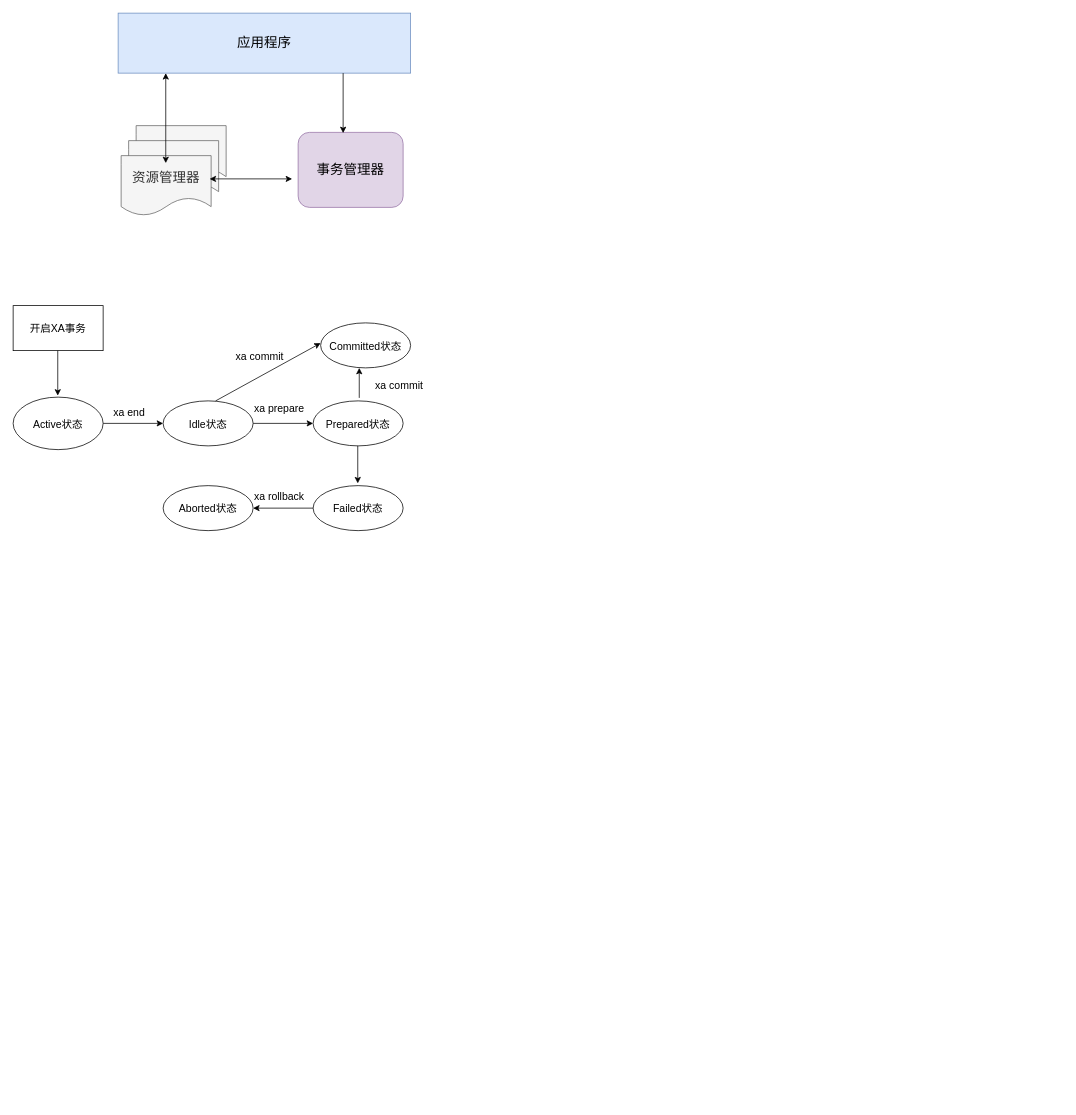
Above: mysqlxa.drawio in Tsuiwiki/learngit (draw.io), before the change. Source tidied: cells renumbered, new cells numbered last; positions are measured from the earlier drawing's top-left corner, leaving out a move shared by most shapes. Both pictures are drawn from the tidied source at 75%, with x=0, y=0 at pixel (13, 13).
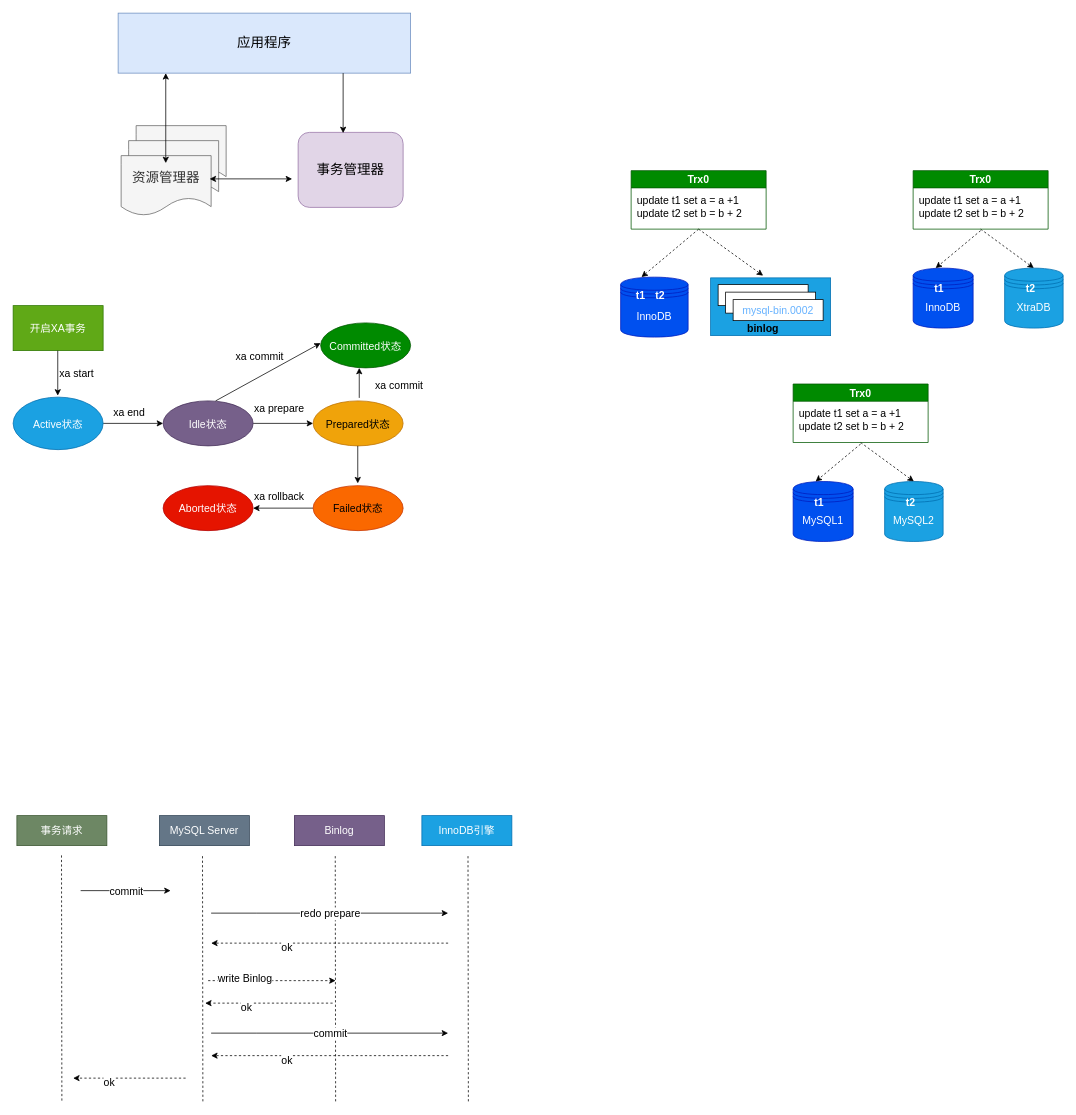
The same diagram, later.

Diff of the diagram source:
```diff
@@
-    <mxCell id="10" value="&lt;font style=&quot;font-size: 14px;&quot;&gt;开启XA事务&lt;/font&gt;" style="rounded=0;whiteSpace=wrap;html=1;fontSize=18;" parent="1" vertex="1">
+    <mxCell id="10" value="&lt;font style=&quot;font-size: 14px;&quot;&gt;开启XA事务&lt;/font&gt;" style="rounded=0;whiteSpace=wrap;html=1;fontSize=18;fillColor=#60a917;strokeColor=#2D7600;fontColor=#ffffff;" parent="1" vertex="1">
       <mxGeometry y="390" width="120" height="60" as="geometry" />
     </mxCell>
@@
-    <mxCell id="13" value="&lt;font style=&quot;font-size: 14px;&quot;&gt;Active状态&lt;/font&gt;" style="ellipse;whiteSpace=wrap;html=1;fontSize=18;" parent="1" vertex="1">
+    <mxCell id="13" value="&lt;font style=&quot;font-size: 14px;&quot;&gt;Active状态&lt;/font&gt;" style="ellipse;whiteSpace=wrap;html=1;fontSize=18;fillColor=#1ba1e2;fontColor=#ffffff;strokeColor=#006EAF;" parent="1" vertex="1">
       <mxGeometry y="512" width="120" height="70" as="geometry" />
     </mxCell>
@@
-    <mxCell id="15" value="&lt;font style=&quot;font-size: 14px;&quot;&gt;Idle状态&lt;/font&gt;" style="ellipse;whiteSpace=wrap;html=1;fontSize=18;" parent="1" vertex="1">
+    <mxCell id="15" value="&lt;font style=&quot;font-size: 14px;&quot;&gt;Idle状态&lt;/font&gt;" style="ellipse;whiteSpace=wrap;html=1;fontSize=18;fillColor=#76608a;fontColor=#ffffff;strokeColor=#432D57;" parent="1" vertex="1">
       <mxGeometry x="200" y="517" width="120" height="60" as="geometry" />
     </mxCell>
-    <mxCell id="16" value="&lt;font style=&quot;font-size: 14px;&quot;&gt;Prepared状态&lt;/font&gt;" style="ellipse;whiteSpace=wrap;html=1;fontSize=18;" parent="1" vertex="1">
+    <mxCell id="16" value="&lt;font style=&quot;font-size: 14px;&quot;&gt;Prepared状态&lt;/font&gt;" style="ellipse;whiteSpace=wrap;html=1;fontSize=18;fillColor=#f0a30a;fontColor=#000000;strokeColor=#BD7000;" parent="1" vertex="1">
       <mxGeometry x="400" y="517" width="120" height="60" as="geometry" />
     </mxCell>
@@
-    <mxCell id="18" value="&lt;font style=&quot;font-size: 14px;&quot;&gt;Committed状态&lt;/font&gt;" style="ellipse;whiteSpace=wrap;html=1;fontSize=18;" parent="1" vertex="1">
+    <mxCell id="18" value="&lt;font style=&quot;font-size: 14px;&quot;&gt;Committed状态&lt;/font&gt;" style="ellipse;whiteSpace=wrap;html=1;fontSize=18;fillColor=#008a00;fontColor=#ffffff;strokeColor=#005700;" parent="1" vertex="1">
       <mxGeometry x="410" y="413" width="120" height="60" as="geometry" />
     </mxCell>
@@
-    <mxCell id="22" value="&lt;span style=&quot;font-size: 14px;&quot;&gt;Failed状态&lt;/span&gt;" style="ellipse;whiteSpace=wrap;html=1;fontSize=18;" parent="1" vertex="1">
+    <mxCell id="22" value="&lt;span style=&quot;font-size: 14px;&quot;&gt;Failed状态&lt;/span&gt;" style="ellipse;whiteSpace=wrap;html=1;fontSize=18;fillColor=#fa6800;fontColor=#000000;strokeColor=#C73500;" parent="1" vertex="1">
       <mxGeometry x="400" y="630" width="120" height="60" as="geometry" />
     </mxCell>
-    <mxCell id="23" value="&lt;font style=&quot;font-size: 14px;&quot;&gt;Aborted状态&lt;/font&gt;" style="ellipse;whiteSpace=wrap;html=1;fontSize=18;" parent="1" vertex="1">
+    <mxCell id="23" value="&lt;font style=&quot;font-size: 14px;&quot;&gt;Aborted状态&lt;/font&gt;" style="ellipse;whiteSpace=wrap;html=1;fontSize=18;fillColor=#e51400;fontColor=#ffffff;strokeColor=#B20000;" parent="1" vertex="1">
       <mxGeometry x="200" y="630" width="120" height="60" as="geometry" />
     </mxCell>
@@
+    <mxCell id="29" value="xa start" style="text;html=1;strokeColor=none;fillColor=none;align=center;verticalAlign=middle;whiteSpace=wrap;rounded=0;fontSize=14;" parent="1" vertex="1">
+      <mxGeometry x="50" y="464.5" width="70" height="30" as="geometry" />
+    </mxCell>
+    <mxCell id="30" value="事务请求" style="rounded=0;whiteSpace=wrap;html=1;fontSize=14;fillColor=#6d8764;fontColor=#ffffff;strokeColor=#3A5431;" parent="1" vertex="1">
+      <mxGeometry x="5" y="1070" width="120" height="40" as="geometry" />
+    </mxCell>
+    <mxCell id="31" value="MySQL Server" style="rounded=0;whiteSpace=wrap;html=1;fontSize=14;fillColor=#647687;fontColor=#ffffff;strokeColor=#314354;" parent="1" vertex="1">
+      <mxGeometry x="195" y="1070" width="120" height="40" as="geometry" />
+    </mxCell>
+    <mxCell id="32" value="Binlog" style="rounded=0;whiteSpace=wrap;html=1;fontSize=14;fillColor=#76608a;fontColor=#ffffff;strokeColor=#432D57;" parent="1" vertex="1">
+      <mxGeometry x="375" y="1070" width="120" height="40" as="geometry" />
+    </mxCell>
+    <mxCell id="33" value="InnoDB引擎" style="rounded=0;whiteSpace=wrap;html=1;fontSize=14;fillColor=#1ba1e2;fontColor=#ffffff;strokeColor=#006EAF;" parent="1" vertex="1">
+      <mxGeometry x="545" y="1070" width="120" height="40" as="geometry" />
+    </mxCell>
+    <mxCell id="34" style="endArrow=none;dashed=1;html=1;rounded=0;fontSize=14;" parent="1" edge="1">
+      <mxGeometry relative="1" as="geometry">
+        <mxPoint x="65" y="1450" as="sourcePoint" />
+        <mxPoint x="64.5" y="1120" as="targetPoint" />
+      </mxGeometry>
+    </mxCell>
+    <mxCell id="35" style="endArrow=none;dashed=1;html=1;rounded=0;fontSize=14;" parent="1" edge="1">
+      <mxGeometry relative="1" as="geometry">
+        <mxPoint x="253" y="1451" as="sourcePoint" />
+        <mxPoint x="252.5" y="1121" as="targetPoint" />
+      </mxGeometry>
+    </mxCell>
+    <mxCell id="36" style="endArrow=none;dashed=1;html=1;rounded=0;fontSize=14;" parent="1" edge="1">
+      <mxGeometry relative="1" as="geometry">
+        <mxPoint x="430" y="1451" as="sourcePoint" />
+        <mxPoint x="429.5" y="1121" as="targetPoint" />
+      </mxGeometry>
+    </mxCell>
+    <mxCell id="37" style="endArrow=none;dashed=1;html=1;rounded=0;fontSize=14;" parent="1" edge="1">
+      <mxGeometry relative="1" as="geometry">
+        <mxPoint x="607" y="1451" as="sourcePoint" />
+        <mxPoint x="606.5" y="1121" as="targetPoint" />
+      </mxGeometry>
+    </mxCell>
+    <mxCell id="38" style="endArrow=classic;html=1;rounded=0;fontSize=14;" parent="1" edge="1">
+      <mxGeometry relative="1" as="geometry">
+        <mxPoint x="90" y="1170" as="sourcePoint" />
+        <mxPoint x="210" y="1170" as="targetPoint" />
+        <Array as="points">
+          <mxPoint x="150" y="1170" />
+        </Array>
+      </mxGeometry>
+    </mxCell>
+    <mxCell id="39" value="commit" style="edgeLabel;html=1;align=center;verticalAlign=middle;fontSize=14;" parent="38" vertex="1">
+      <mxGeometry relative="1" as="geometry" />
+    </mxCell>
+    <mxCell id="40" style="endArrow=classic;html=1;rounded=0;fontSize=14;" parent="1" edge="1">
+      <mxGeometry relative="1" as="geometry">
+        <mxPoint x="264" y="1200" as="sourcePoint" />
+        <mxPoint x="580" y="1200" as="targetPoint" />
+        <Array as="points">
+          <mxPoint x="324" y="1200" />
+        </Array>
+      </mxGeometry>
+    </mxCell>
+    <mxCell id="41" value="redo prepare" style="edgeLabel;html=1;align=center;verticalAlign=middle;fontSize=14;" parent="40" vertex="1">
+      <mxGeometry relative="1" as="geometry" />
+    </mxCell>
+    <mxCell id="42" style="endArrow=classic;html=1;rounded=0;dashed=1;fontSize=14;" parent="1" edge="1">
+      <mxGeometry relative="1" as="geometry">
+        <mxPoint x="580" y="1240" as="sourcePoint" />
+        <mxPoint x="264" y="1240" as="targetPoint" />
+      </mxGeometry>
+    </mxCell>
+    <mxCell id="43" value="ok" style="edgeLabel;html=1;align=center;verticalAlign=middle;fontSize=14;" parent="42" vertex="1">
+      <mxGeometry x="0.37" y="5" relative="1" as="geometry" />
+    </mxCell>
+    <mxCell id="44" style="endArrow=classic;html=1;rounded=0;dashed=1;fontSize=14;" parent="1" edge="1">
+      <mxGeometry relative="1" as="geometry">
+        <mxPoint x="260" y="1290" as="sourcePoint" />
+        <mxPoint x="430" y="1290" as="targetPoint" />
+        <Array as="points">
+          <mxPoint x="330" y="1290" />
+        </Array>
+      </mxGeometry>
+    </mxCell>
+    <mxCell id="45" value="write Binlog" style="edgeLabel;html=1;align=center;verticalAlign=middle;fontSize=14;" parent="44" vertex="1">
+      <mxGeometry x="-0.44" y="4" relative="1" as="geometry" />
+    </mxCell>
+    <mxCell id="46" style="endArrow=classic;html=1;rounded=0;dashed=1;fontSize=14;" parent="1" edge="1">
+      <mxGeometry relative="1" as="geometry">
+        <mxPoint x="426" y="1320" as="sourcePoint" />
+        <mxPoint x="256" y="1320" as="targetPoint" />
+      </mxGeometry>
+    </mxCell>
+    <mxCell id="47" value="ok" style="edgeLabel;html=1;align=center;verticalAlign=middle;fontSize=14;" parent="46" vertex="1">
+      <mxGeometry x="0.37" y="5" relative="1" as="geometry" />
+    </mxCell>
+    <mxCell id="48" style="endArrow=classic;html=1;rounded=0;fontSize=14;" parent="1" edge="1">
+      <mxGeometry relative="1" as="geometry">
+        <mxPoint x="264" y="1360" as="sourcePoint" />
+        <mxPoint x="580" y="1360" as="targetPoint" />
+        <Array as="points">
+          <mxPoint x="324" y="1360" />
+        </Array>
+      </mxGeometry>
+    </mxCell>
+    <mxCell id="49" value="commit" style="edgeLabel;html=1;align=center;verticalAlign=middle;fontSize=14;" parent="48" vertex="1">
+      <mxGeometry relative="1" as="geometry" />
+    </mxCell>
+    <mxCell id="50" style="endArrow=classic;html=1;rounded=0;dashed=1;fontSize=14;" parent="1" edge="1">
+      <mxGeometry relative="1" as="geometry">
+        <mxPoint x="580" y="1390" as="sourcePoint" />
+        <mxPoint x="264" y="1390" as="targetPoint" />
+      </mxGeometry>
+    </mxCell>
+    <mxCell id="51" value="ok" style="edgeLabel;html=1;align=center;verticalAlign=middle;fontSize=14;" parent="50" vertex="1">
+      <mxGeometry x="0.37" y="5" relative="1" as="geometry" />
+    </mxCell>
+    <mxCell id="52" style="endArrow=classic;html=1;rounded=0;dashed=1;fontSize=14;" parent="1" edge="1">
+      <mxGeometry relative="1" as="geometry">
+        <mxPoint x="230" y="1420" as="sourcePoint" />
+        <mxPoint x="80" y="1420" as="targetPoint" />
+      </mxGeometry>
+    </mxCell>
+    <mxCell id="53" value="ok" style="edgeLabel;html=1;align=center;verticalAlign=middle;fontSize=14;" parent="52" vertex="1">
+      <mxGeometry x="0.37" y="5" relative="1" as="geometry" />
+    </mxCell>
+    <mxCell id="54" value="InnoDB" style="shape=datastore;whiteSpace=wrap;html=1;fontSize=14;fillColor=#0050ef;strokeColor=#001DBC;fontColor=#ffffff;" parent="1" vertex="1">
+      <mxGeometry x="1200" y="340" width="80" height="80" as="geometry" />
+    </mxCell>
+    <mxCell id="55" style="edgeStyle=none;rounded=0;jettySize=auto;html=1;exitX=0.5;exitY=1;exitDx=0;exitDy=0;entryX=0.5;entryY=0;entryDx=0;entryDy=0;dashed=1;fontSize=14;" parent="1" edge="1" source="56" target="58">
+      <mxGeometry relative="1" as="geometry" />
+    </mxCell>
+    <mxCell id="56" value="Trx0" style="swimlane;fontSize=14;fillColor=#008a00;fontColor=#ffffff;strokeColor=#005700;" parent="1" vertex="1">
+      <mxGeometry x="1200" y="210" width="180" height="78" as="geometry" />
+    </mxCell>
+    <mxCell id="57" value="update t1 set a = a +1&lt;br&gt;update t2 set b = b + 2" style="text;html=1;align=left;verticalAlign=middle;strokeColor=none;fillColor=none;fontSize=14;" parent="56" vertex="1">
+      <mxGeometry x="6" y="22.5" width="160" height="50" as="geometry" />
+    </mxCell>
+    <mxCell id="58" value="XtraDB" style="shape=datastore;whiteSpace=wrap;html=1;fontSize=14;fillColor=#1ba1e2;fontColor=#ffffff;strokeColor=#006EAF;" parent="1" vertex="1">
+      <mxGeometry x="1322" y="340" width="78" height="80" as="geometry" />
+    </mxCell>
+    <mxCell id="59" value="&lt;b&gt;&lt;font color=&quot;#ffffff&quot;&gt;t1&lt;/font&gt;&lt;/b&gt;" style="text;html=1;align=center;verticalAlign=middle;whiteSpace=wrap;rounded=0;fontSize=14;" parent="1" vertex="1">
+      <mxGeometry x="1205" y="352" width="60" height="30" as="geometry" />
+    </mxCell>
+    <mxCell id="60" value="&lt;b style=&quot;&quot;&gt;&lt;font color=&quot;#ffffff&quot;&gt;t2&lt;/font&gt;&lt;/b&gt;" style="text;html=1;strokeColor=none;fillColor=none;align=center;verticalAlign=middle;whiteSpace=wrap;rounded=0;fontSize=14;" parent="1" vertex="1">
+      <mxGeometry x="1327" y="352" width="60" height="30" as="geometry" />
+    </mxCell>
+    <mxCell id="61" value="InnoDB" style="shape=datastore;whiteSpace=wrap;html=1;fontSize=14;fillColor=#0050ef;fontColor=#ffffff;strokeColor=#001DBC;" parent="1" vertex="1">
+      <mxGeometry x="810" y="352" width="90" height="80" as="geometry" />
+    </mxCell>
+    <mxCell id="62" style="edgeStyle=none;rounded=0;jettySize=auto;html=1;exitX=0.5;exitY=1;exitDx=0;exitDy=0;entryX=0.309;entryY=0;entryDx=0;entryDy=0;dashed=1;fontSize=14;entryPerimeter=0;" parent="1" edge="1" source="64" target="61">
+      <mxGeometry relative="1" as="geometry" />
+    </mxCell>
+    <mxCell id="63" style="edgeStyle=none;rounded=0;jettySize=auto;html=1;exitX=0.5;exitY=1;exitDx=0;exitDy=0;dashed=1;fontSize=14;" parent="1" edge="1" source="64">
+      <mxGeometry relative="1" as="geometry">
+        <mxPoint x="1000" y="350" as="targetPoint" />
+      </mxGeometry>
+    </mxCell>
+    <mxCell id="64" value="Trx0" style="swimlane;fontSize=14;fillColor=#008a00;fontColor=#ffffff;strokeColor=#005700;" parent="1" vertex="1">
+      <mxGeometry x="824" y="210" width="180" height="78" as="geometry" />
+    </mxCell>
+    <mxCell id="65" value="update t1 set a = a +1&lt;br&gt;update t2 set b = b + 2" style="text;html=1;align=left;verticalAlign=middle;strokeColor=none;fillColor=none;fontSize=14;" parent="64" vertex="1">
+      <mxGeometry x="6" y="22.5" width="160" height="50" as="geometry" />
+    </mxCell>
+    <mxCell id="66" value="&lt;font color=&quot;#ffffff&quot;&gt;&lt;b&gt;t1&lt;/b&gt;&lt;/font&gt;" style="text;html=1;strokeColor=none;fillColor=none;align=center;verticalAlign=middle;whiteSpace=wrap;rounded=0;fontSize=14;" parent="1" vertex="1">
+      <mxGeometry x="824" y="362" width="26" height="28" as="geometry" />
+    </mxCell>
+    <mxCell id="67" style="rounded=0;whiteSpace=wrap;html=1;fontSize=14;fontColor=#ffffff;fillColor=#1ba1e2;strokeColor=#006EAF;" parent="1" vertex="1">
+      <mxGeometry x="930" y="353" width="160" height="77" as="geometry" />
+    </mxCell>
+    <mxCell id="68" style="rounded=0;whiteSpace=wrap;html=1;fontSize=14;fontColor=#66B2FF;" parent="1" vertex="1">
+      <mxGeometry x="940" y="362" width="120" height="28" as="geometry" />
+    </mxCell>
+    <mxCell id="69" style="rounded=0;whiteSpace=wrap;html=1;fontSize=14;fontColor=#66B2FF;" parent="1" vertex="1">
+      <mxGeometry x="950" y="372" width="120" height="28" as="geometry" />
+    </mxCell>
+    <mxCell id="70" value="mysql-bin.0002" style="rounded=0;whiteSpace=wrap;html=1;fontSize=14;fontColor=#66B2FF;" parent="1" vertex="1">
+      <mxGeometry x="960" y="382" width="120" height="28" as="geometry" />
+    </mxCell>
+    <mxCell id="71" value="&lt;b&gt;binlog&lt;/b&gt;" style="text;html=1;strokeColor=none;fillColor=none;align=center;verticalAlign=middle;whiteSpace=wrap;rounded=0;fontSize=14;" parent="1" vertex="1">
+      <mxGeometry x="970" y="405" width="60" height="30" as="geometry" />
+    </mxCell>
+    <mxCell id="72" value="&lt;font color=&quot;#ffffff&quot;&gt;&lt;b&gt;t2&lt;/b&gt;&lt;/font&gt;" style="text;html=1;strokeColor=none;fillColor=none;align=center;verticalAlign=middle;whiteSpace=wrap;rounded=0;fontSize=14;" parent="1" vertex="1">
+      <mxGeometry x="850" y="362" width="26" height="28" as="geometry" />
+    </mxCell>
+    <mxCell id="73" style="edgeStyle=none;rounded=0;orthogonalLoop=1;jettySize=auto;html=1;entryX=0.309;entryY=0;entryDx=0;entryDy=0;dashed=1;fontSize=14;entryPerimeter=0;" parent="1" edge="1">
+      <mxGeometry relative="1" as="geometry">
+        <mxPoint x="1290" y="290" as="sourcePoint" />
+        <mxPoint x="1230" y="340" as="targetPoint" />
+      </mxGeometry>
+    </mxCell>
+    <mxCell id="74" value="MySQL1" style="shape=datastore;whiteSpace=wrap;html=1;fontSize=14;fillColor=#0050ef;strokeColor=#001DBC;fontColor=#ffffff;" parent="1" vertex="1">
+      <mxGeometry x="1040" y="624.5" width="80" height="80" as="geometry" />
+    </mxCell>
+    <mxCell id="75" style="edgeStyle=none;rounded=0;jettySize=auto;html=1;exitX=0.5;exitY=1;exitDx=0;exitDy=0;entryX=0.5;entryY=0;entryDx=0;entryDy=0;dashed=1;fontSize=14;" parent="1" edge="1" source="76" target="78">
+      <mxGeometry relative="1" as="geometry" />
+    </mxCell>
+    <mxCell id="76" value="Trx0" style="swimlane;fontSize=14;fillColor=#008a00;fontColor=#ffffff;strokeColor=#005700;" parent="1" vertex="1">
+      <mxGeometry x="1040" y="494.5" width="180" height="78" as="geometry" />
+    </mxCell>
+    <mxCell id="77" value="update t1 set a = a +1&lt;br&gt;update t2 set b = b + 2" style="text;html=1;align=left;verticalAlign=middle;strokeColor=none;fillColor=none;fontSize=14;" parent="76" vertex="1">
+      <mxGeometry x="6" y="22.5" width="160" height="50" as="geometry" />
+    </mxCell>
+    <mxCell id="78" value="MySQL2" style="shape=datastore;whiteSpace=wrap;html=1;fontSize=14;fillColor=#1ba1e2;fontColor=#ffffff;strokeColor=#006EAF;" parent="1" vertex="1">
+      <mxGeometry x="1162" y="624.5" width="78" height="80" as="geometry" />
+    </mxCell>
+    <mxCell id="79" value="&lt;b&gt;&lt;font color=&quot;#ffffff&quot;&gt;t1&lt;/font&gt;&lt;/b&gt;" style="text;html=1;align=center;verticalAlign=middle;whiteSpace=wrap;rounded=0;fontSize=14;" parent="1" vertex="1">
+      <mxGeometry x="1045" y="636.5" width="60" height="30" as="geometry" />
+    </mxCell>
+    <mxCell id="80" value="&lt;b style=&quot;&quot;&gt;&lt;font color=&quot;#ffffff&quot;&gt;t2&lt;/font&gt;&lt;/b&gt;" style="text;html=1;strokeColor=none;fillColor=none;align=center;verticalAlign=middle;whiteSpace=wrap;rounded=0;fontSize=14;" parent="1" vertex="1">
+      <mxGeometry x="1167" y="636.5" width="60" height="30" as="geometry" />
+    </mxCell>
+    <mxCell id="81" style="edgeStyle=none;rounded=0;orthogonalLoop=1;jettySize=auto;html=1;entryX=0.309;entryY=0;entryDx=0;entryDy=0;dashed=1;fontSize=14;entryPerimeter=0;" parent="1" edge="1">
+      <mxGeometry relative="1" as="geometry">
+        <mxPoint x="1130" y="574.5" as="sourcePoint" />
+        <mxPoint x="1070" y="624.5" as="targetPoint" />
+      </mxGeometry>
+    </mxCell>
```
